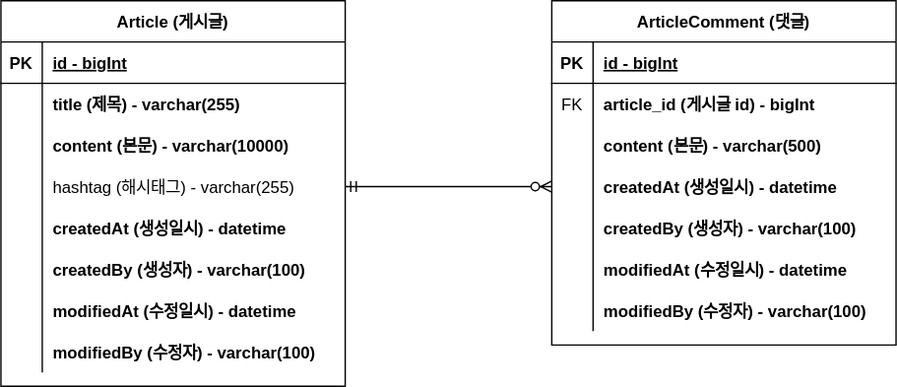
Above: document/project-board-erd.svg in Jaotk/campus-project-board (draw.io), before the change. Source tidied: cells renumbered, new cells last; positions are measured from the earlier drawing's top-left corner, leaving out a move shared by most shapes.
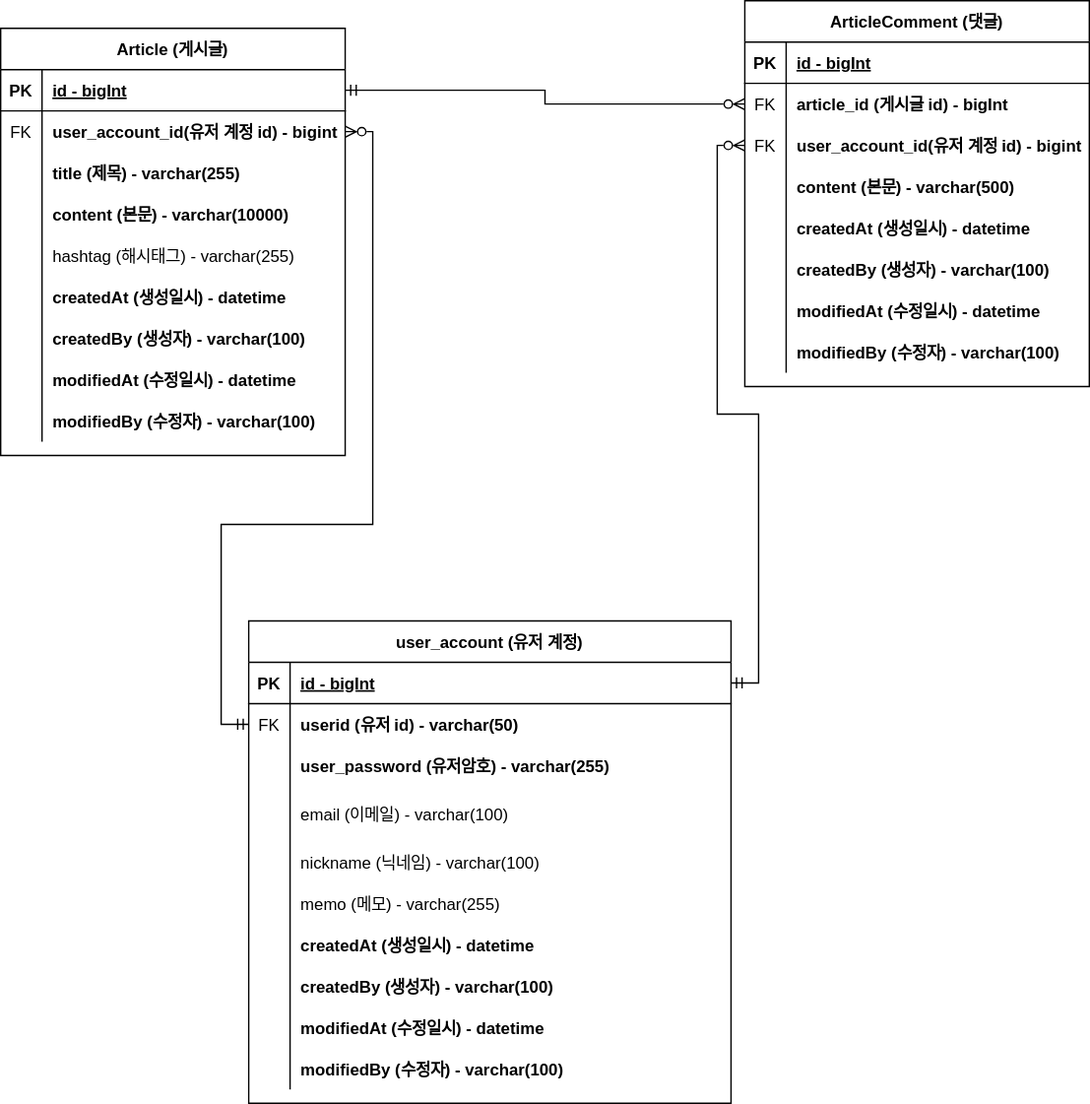
After the change.

Diff of the diagram source:
```diff
@@ -3,7 +3,7 @@
     <mxCell id="0" />
     <mxCell id="1" parent="0" />
     <mxCell id="2" value="Article (게시글)" style="shape=table;startSize=30;rowLines=0;fontStyle=1;align=center;" parent="1" vertex="1">
-      <mxGeometry width="250" height="280" as="geometry" />
+      <mxGeometry x="-60" y="-60" width="250" height="310" as="geometry" />
     </mxCell>
     <mxCell id="3" style="shape=partialRectangle;fillColor=none;points=[[0,0.5],[1,0.5]];portConstraint=eastwest;top=0;left=0;right=0;bottom=1;" parent="2" vertex="1">
       <mxGeometry y="30" width="250" height="30" as="geometry" />
@@ -17,14 +17,23 @@
     <mxCell id="6" style="shape=partialRectangle;fillColor=none;points=[[0,0.5],[1,0.5]];portConstraint=eastwest;top=0;left=0;right=0;bottom=0;" parent="2" vertex="1">
       <mxGeometry y="60" width="250" height="30" as="geometry" />
     </mxCell>
-    <mxCell id="7" style="shape=partialRectangle;overflow=hidden;fillColor=none;top=0;left=0;bottom=0;right=0;" parent="6" vertex="1">
+    <mxCell id="7" value="FK" style="shape=partialRectangle;overflow=hidden;fillColor=none;top=0;left=0;bottom=0;right=0;" parent="6" vertex="1">
       <mxGeometry width="30" height="30" as="geometry" />
     </mxCell>
-    <mxCell id="8" value="title (제목) - varchar(255)" style="shape=partialRectangle;overflow=hidden;fillColor=none;top=0;left=0;bottom=0;right=0;align=left;spacingLeft=6;fontStyle=1;" parent="6" vertex="1">
+    <mxCell id="8" value="user_account_id(유저 계정 id) - bigint" style="shape=partialRectangle;overflow=hidden;fillColor=none;top=0;left=0;bottom=0;right=0;align=left;spacingLeft=6;fontStyle=1;" parent="6" vertex="1">
       <mxGeometry x="30" width="220" height="30" as="geometry" />
     </mxCell>
+    <mxCell id="50" style="shape=partialRectangle;fillColor=none;top=0;left=0;right=0;bottom=0;" parent="2" vertex="1">
+      <mxGeometry y="90" width="250" height="30" as="geometry" />
+    </mxCell>
+    <mxCell id="51" style="shape=partialRectangle;overflow=hidden;fillColor=none;top=0;left=0;bottom=0;right=0;" parent="50" vertex="1">
+      <mxGeometry width="30" height="30" as="geometry" />
+    </mxCell>
+    <mxCell id="52" value="title (제목) - varchar(255)" style="shape=partialRectangle;overflow=hidden;fillColor=none;top=0;left=0;bottom=0;right=0;align=left;spacingLeft=6;fontStyle=1;" parent="50" vertex="1">
+      <mxGeometry x="30" width="220" height="30" as="geometry" />
+    </mxCell>
     <mxCell id="9" style="shape=partialRectangle;fillColor=none;top=0;left=0;right=0;bottom=0;" parent="2" vertex="1">
-      <mxGeometry y="90" width="250" height="30" as="geometry" />
+      <mxGeometry y="120" width="250" height="30" as="geometry" />
     </mxCell>
     <mxCell id="10" style="shape=partialRectangle;overflow=hidden;fillColor=none;top=0;left=0;bottom=0;right=0;" parent="9" vertex="1">
       <mxGeometry width="30" height="30" as="geometry" />
@@ -33,7 +42,7 @@
       <mxGeometry x="30" width="220" height="30" as="geometry" />
     </mxCell>
     <mxCell id="12" style="shape=partialRectangle;fillColor=none;points=[[0,0.5],[1,0.5]];portConstraint=eastwest;top=0;left=0;right=0;bottom=0;" parent="2" vertex="1">
-      <mxGeometry y="120" width="250" height="30" as="geometry" />
+      <mxGeometry y="150" width="250" height="30" as="geometry" />
     </mxCell>
     <mxCell id="13" style="shape=partialRectangle;overflow=hidden;fillColor=none;top=0;left=0;bottom=0;right=0;" parent="12" vertex="1">
       <mxGeometry width="30" height="30" as="geometry" />
@@ -42,7 +51,7 @@
       <mxGeometry x="30" width="220" height="30" as="geometry" />
     </mxCell>
     <mxCell id="15" style="shape=partialRectangle;fillColor=none;top=0;left=0;right=0;bottom=0;" parent="2" vertex="1">
-      <mxGeometry y="150" width="250" height="30" as="geometry" />
+      <mxGeometry y="180" width="250" height="30" as="geometry" />
     </mxCell>
     <mxCell id="16" style="shape=partialRectangle;overflow=hidden;fillColor=none;top=0;left=0;bottom=0;right=0;" parent="15" vertex="1">
       <mxGeometry width="30" height="30" as="geometry" />
@@ -51,7 +60,7 @@
       <mxGeometry x="30" width="220" height="30" as="geometry" />
     </mxCell>
     <mxCell id="18" style="shape=partialRectangle;fillColor=none;top=0;left=0;right=0;bottom=0;" parent="2" vertex="1">
-      <mxGeometry y="180" width="250" height="30" as="geometry" />
+      <mxGeometry y="210" width="250" height="30" as="geometry" />
     </mxCell>
     <mxCell id="19" style="shape=partialRectangle;overflow=hidden;fillColor=none;top=0;left=0;bottom=0;right=0;" parent="18" vertex="1">
       <mxGeometry width="30" height="30" as="geometry" />
@@ -60,7 +69,7 @@
       <mxGeometry x="30" width="220" height="30" as="geometry" />
     </mxCell>
     <mxCell id="21" style="shape=partialRectangle;fillColor=none;top=0;left=0;right=0;bottom=0;" parent="2" vertex="1">
-      <mxGeometry y="210" width="250" height="30" as="geometry" />
+      <mxGeometry y="240" width="250" height="30" as="geometry" />
     </mxCell>
     <mxCell id="22" style="shape=partialRectangle;overflow=hidden;fillColor=none;top=0;left=0;bottom=0;right=0;" parent="21" vertex="1">
       <mxGeometry width="30" height="30" as="geometry" />
@@ -69,7 +78,7 @@
       <mxGeometry x="30" width="220" height="30" as="geometry" />
     </mxCell>
     <mxCell id="24" style="shape=partialRectangle;fillColor=none;top=0;left=0;right=0;bottom=0;" parent="2" vertex="1">
-      <mxGeometry y="240" width="250" height="30" as="geometry" />
+      <mxGeometry y="270" width="250" height="30" as="geometry" />
     </mxCell>
     <mxCell id="25" style="shape=partialRectangle;overflow=hidden;fillColor=none;top=0;left=0;bottom=0;right=0;" parent="24" vertex="1">
       <mxGeometry width="30" height="30" as="geometry" />
@@ -77,8 +86,101 @@
     <mxCell id="26" value="modifiedBy (수정자) - varchar(100)" style="shape=partialRectangle;overflow=hidden;fillColor=none;top=0;left=0;bottom=0;right=0;align=left;spacingLeft=6;fontStyle=1;" parent="24" vertex="1">
       <mxGeometry x="30" width="220" height="30" as="geometry" />
     </mxCell>
+    <mxCell id="53" value="user_account (유저 계정)" style="shape=table;startSize=30;rowLines=0;fontStyle=1;align=center;" parent="1" vertex="1">
+      <mxGeometry x="120" y="370" width="350" height="350" as="geometry" />
+    </mxCell>
+    <mxCell id="54" style="shape=partialRectangle;fillColor=none;points=[[0,0.5],[1,0.5]];portConstraint=eastwest;top=0;left=0;right=0;bottom=1;" parent="53" vertex="1">
+      <mxGeometry y="30" width="350" height="30" as="geometry" />
+    </mxCell>
+    <mxCell id="55" value="PK" style="shape=partialRectangle;overflow=hidden;fillColor=none;top=0;left=0;bottom=0;right=0;fontStyle=1;" parent="54" vertex="1">
+      <mxGeometry width="30" height="30" as="geometry" />
+    </mxCell>
+    <mxCell id="56" value="id - bigInt" style="shape=partialRectangle;overflow=hidden;fillColor=none;top=0;left=0;bottom=0;right=0;align=left;spacingLeft=6;fontStyle=5;" parent="54" vertex="1">
+      <mxGeometry x="30" width="320" height="30" as="geometry" />
+    </mxCell>
+    <mxCell id="57" style="shape=partialRectangle;fillColor=none;points=[[0,0.5],[1,0.5]];portConstraint=eastwest;top=0;left=0;right=0;bottom=0;" parent="53" vertex="1">
+      <mxGeometry y="60" width="350" height="30" as="geometry" />
+    </mxCell>
+    <mxCell id="58" value="FK" style="shape=partialRectangle;overflow=hidden;fillColor=none;top=0;left=0;bottom=0;right=0;" parent="57" vertex="1">
+      <mxGeometry width="30" height="30" as="geometry" />
+    </mxCell>
+    <mxCell id="59" value="userid (유저 id) - varchar(50)" style="shape=partialRectangle;overflow=hidden;fillColor=none;top=0;left=0;bottom=0;right=0;align=left;spacingLeft=6;fontStyle=1;" parent="57" vertex="1">
+      <mxGeometry x="30" width="320" height="30" as="geometry" />
+    </mxCell>
+    <mxCell id="60" style="shape=partialRectangle;fillColor=none;top=0;left=0;right=0;bottom=0;" parent="53" vertex="1">
+      <mxGeometry y="90" width="350" height="30" as="geometry" />
+    </mxCell>
+    <mxCell id="61" style="shape=partialRectangle;overflow=hidden;fillColor=none;top=0;left=0;bottom=0;right=0;" parent="60" vertex="1">
+      <mxGeometry width="30" height="30" as="geometry" />
+    </mxCell>
+    <mxCell id="62" value="user_password (유저암호) - varchar(255)" style="shape=partialRectangle;overflow=hidden;fillColor=none;top=0;left=0;bottom=0;right=0;align=left;spacingLeft=6;fontStyle=1;" parent="60" vertex="1">
+      <mxGeometry x="30" width="320" height="30" as="geometry" />
+    </mxCell>
+    <mxCell id="63" style="shape=partialRectangle;fillColor=none;top=0;left=0;right=0;bottom=0;" parent="53" vertex="1">
+      <mxGeometry y="120" width="350" height="40" as="geometry" />
+    </mxCell>
+    <mxCell id="64" style="shape=partialRectangle;overflow=hidden;fillColor=none;top=0;left=0;bottom=0;right=0;" parent="63" vertex="1">
+      <mxGeometry width="30" height="40" as="geometry" />
+    </mxCell>
+    <mxCell id="65" value="email (이메일) - varchar(100)" style="shape=partialRectangle;overflow=hidden;fillColor=none;top=0;left=0;bottom=0;right=0;align=left;spacingLeft=6;fontStyle=0;" parent="63" vertex="1">
+      <mxGeometry x="30" width="320" height="40" as="geometry" />
+    </mxCell>
+    <mxCell id="66" style="shape=partialRectangle;fillColor=none;top=0;left=0;right=0;bottom=0;" parent="53" vertex="1">
+      <mxGeometry y="160" width="350" height="30" as="geometry" />
+    </mxCell>
+    <mxCell id="67" style="shape=partialRectangle;overflow=hidden;fillColor=none;top=0;left=0;bottom=0;right=0;" parent="66" vertex="1">
+      <mxGeometry width="30" height="30" as="geometry" />
+    </mxCell>
+    <mxCell id="68" value="nickname (닉네임) - varchar(100)" style="shape=partialRectangle;overflow=hidden;fillColor=none;top=0;left=0;bottom=0;right=0;align=left;spacingLeft=6;fontStyle=0;" parent="66" vertex="1">
+      <mxGeometry x="30" width="320" height="30" as="geometry" />
+    </mxCell>
+    <mxCell id="69" style="shape=partialRectangle;fillColor=none;top=0;left=0;right=0;bottom=0;" parent="53" vertex="1">
+      <mxGeometry y="190" width="350" height="30" as="geometry" />
+    </mxCell>
+    <mxCell id="70" style="shape=partialRectangle;overflow=hidden;fillColor=none;top=0;left=0;bottom=0;right=0;" parent="69" vertex="1">
+      <mxGeometry width="30" height="30" as="geometry" />
+    </mxCell>
+    <mxCell id="71" value="memo (메모) - varchar(255) " style="shape=partialRectangle;overflow=hidden;fillColor=none;top=0;left=0;bottom=0;right=0;align=left;spacingLeft=6;fontStyle=0;" parent="69" vertex="1">
+      <mxGeometry x="30" width="320" height="30" as="geometry" />
+    </mxCell>
+    <mxCell id="72" style="shape=partialRectangle;fillColor=none;top=0;left=0;right=0;bottom=0;" parent="53" vertex="1">
+      <mxGeometry y="220" width="350" height="30" as="geometry" />
+    </mxCell>
+    <mxCell id="73" style="shape=partialRectangle;overflow=hidden;fillColor=none;top=0;left=0;bottom=0;right=0;" parent="72" vertex="1">
+      <mxGeometry width="30" height="30" as="geometry" />
+    </mxCell>
+    <mxCell id="74" value="createdAt (생성일시) - datetime" style="shape=partialRectangle;overflow=hidden;fillColor=none;top=0;left=0;bottom=0;right=0;align=left;spacingLeft=6;fontStyle=1;" parent="72" vertex="1">
+      <mxGeometry x="30" width="320" height="30" as="geometry" />
+    </mxCell>
+    <mxCell id="75" style="shape=partialRectangle;fillColor=none;top=0;left=0;right=0;bottom=0;" parent="53" vertex="1">
+      <mxGeometry y="250" width="350" height="30" as="geometry" />
+    </mxCell>
+    <mxCell id="76" style="shape=partialRectangle;overflow=hidden;fillColor=none;top=0;left=0;bottom=0;right=0;" parent="75" vertex="1">
+      <mxGeometry width="30" height="30" as="geometry" />
+    </mxCell>
+    <mxCell id="77" value="createdBy (생성자) - varchar(100)" style="shape=partialRectangle;overflow=hidden;fillColor=none;top=0;left=0;bottom=0;right=0;align=left;spacingLeft=6;fontStyle=1;" parent="75" vertex="1">
+      <mxGeometry x="30" width="320" height="30" as="geometry" />
+    </mxCell>
+    <mxCell id="78" style="shape=partialRectangle;fillColor=none;top=0;left=0;right=0;bottom=0;" parent="53" vertex="1">
+      <mxGeometry y="280" width="350" height="30" as="geometry" />
+    </mxCell>
+    <mxCell id="79" style="shape=partialRectangle;overflow=hidden;fillColor=none;top=0;left=0;bottom=0;right=0;" parent="78" vertex="1">
+      <mxGeometry width="30" height="30" as="geometry" />
+    </mxCell>
+    <mxCell id="80" value="modifiedAt (수정일시) - datetime" style="shape=partialRectangle;overflow=hidden;fillColor=none;top=0;left=0;bottom=0;right=0;align=left;spacingLeft=6;fontStyle=1;" parent="78" vertex="1">
+      <mxGeometry x="30" width="320" height="30" as="geometry" />
+    </mxCell>
+    <mxCell id="81" style="shape=partialRectangle;fillColor=none;top=0;left=0;right=0;bottom=0;" parent="53" vertex="1">
+      <mxGeometry y="310" width="350" height="30" as="geometry" />
+    </mxCell>
+    <mxCell id="82" style="shape=partialRectangle;overflow=hidden;fillColor=none;top=0;left=0;bottom=0;right=0;" parent="81" vertex="1">
+      <mxGeometry width="30" height="30" as="geometry" />
+    </mxCell>
+    <mxCell id="83" value="modifiedBy (수정자) - varchar(100)" style="shape=partialRectangle;overflow=hidden;fillColor=none;top=0;left=0;bottom=0;right=0;align=left;spacingLeft=6;fontStyle=1;" parent="81" vertex="1">
+      <mxGeometry x="30" width="320" height="30" as="geometry" />
+    </mxCell>
     <mxCell id="27" value="ArticleComment (댓글)" style="shape=table;startSize=30;rowLines=0;fontStyle=1;align=center;" parent="1" vertex="1">
-      <mxGeometry x="400" width="250" height="250" as="geometry" />
+      <mxGeometry x="480" y="-80" width="250" height="280" as="geometry" />
     </mxCell>
     <mxCell id="28" style="shape=partialRectangle;fillColor=none;top=0;left=0;right=0;bottom=1;" parent="27" vertex="1">
       <mxGeometry y="30" width="250" height="30" as="geometry" />
@@ -98,8 +200,17 @@
     <mxCell id="33" value="article_id (게시글 id) - bigInt" style="shape=partialRectangle;overflow=hidden;fillColor=none;top=0;left=0;bottom=0;right=0;align=left;spacingLeft=6;fontStyle=1;" parent="31" vertex="1">
       <mxGeometry x="30" width="220" height="30" as="geometry" />
     </mxCell>
+    <mxCell id="84" style="shape=partialRectangle;fillColor=none;points=[[0,0.5],[1,0.5]];portConstraint=eastwest;top=0;left=0;right=0;bottom=0;" parent="27" vertex="1">
+      <mxGeometry y="90" width="250" height="30" as="geometry" />
+    </mxCell>
+    <mxCell id="85" value="FK" style="shape=partialRectangle;overflow=hidden;fillColor=none;top=0;left=0;bottom=0;right=0;" parent="84" vertex="1">
+      <mxGeometry width="30" height="30" as="geometry" />
+    </mxCell>
+    <mxCell id="86" value="user_account_id(유저 계정 id) - bigint" style="shape=partialRectangle;overflow=hidden;fillColor=none;top=0;left=0;bottom=0;right=0;align=left;spacingLeft=6;fontStyle=1;" parent="84" vertex="1">
+      <mxGeometry x="30" width="220" height="30" as="geometry" />
+    </mxCell>
     <mxCell id="34" style="shape=partialRectangle;fillColor=none;top=0;left=0;right=0;bottom=0;" parent="27" vertex="1">
-      <mxGeometry y="90" width="250" height="30" as="geometry" />
+      <mxGeometry y="120" width="250" height="30" as="geometry" />
     </mxCell>
     <mxCell id="35" style="shape=partialRectangle;overflow=hidden;fillColor=none;top=0;left=0;bottom=0;right=0;" parent="34" vertex="1">
       <mxGeometry width="30" height="30" as="geometry" />
@@ -108,7 +219,7 @@
       <mxGeometry x="30" width="220" height="30" as="geometry" />
     </mxCell>
     <mxCell id="37" style="shape=partialRectangle;fillColor=none;points=[[0,0.5],[1,0.5]];portConstraint=eastwest;top=0;left=0;right=0;bottom=0;" parent="27" vertex="1">
-      <mxGeometry y="120" width="250" height="30" as="geometry" />
+      <mxGeometry y="150" width="250" height="30" as="geometry" />
     </mxCell>
     <mxCell id="38" style="shape=partialRectangle;overflow=hidden;fillColor=none;top=0;left=0;bottom=0;right=0;" parent="37" vertex="1">
       <mxGeometry width="30" height="30" as="geometry" />
@@ -117,7 +228,7 @@
       <mxGeometry x="30" width="220" height="30" as="geometry" />
     </mxCell>
     <mxCell id="40" style="shape=partialRectangle;fillColor=none;top=0;left=0;right=0;bottom=0;" parent="27" vertex="1">
-      <mxGeometry y="150" width="250" height="30" as="geometry" />
+      <mxGeometry y="180" width="250" height="30" as="geometry" />
     </mxCell>
     <mxCell id="41" style="shape=partialRectangle;overflow=hidden;fillColor=none;top=0;left=0;bottom=0;right=0;" parent="40" vertex="1">
       <mxGeometry width="30" height="30" as="geometry" />
@@ -126,7 +237,7 @@
       <mxGeometry x="30" width="220" height="30" as="geometry" />
     </mxCell>
     <mxCell id="43" style="shape=partialRectangle;fillColor=none;top=0;left=0;right=0;bottom=0;" parent="27" vertex="1">
-      <mxGeometry y="180" width="250" height="30" as="geometry" />
+      <mxGeometry y="210" width="250" height="30" as="geometry" />
     </mxCell>
     <mxCell id="44" style="shape=partialRectangle;overflow=hidden;fillColor=none;top=0;left=0;bottom=0;right=0;" parent="43" vertex="1">
       <mxGeometry width="30" height="30" as="geometry" />
@@ -135,7 +246,7 @@
       <mxGeometry x="30" width="220" height="30" as="geometry" />
     </mxCell>
     <mxCell id="46" style="shape=partialRectangle;fillColor=none;top=0;left=0;right=0;bottom=0;" parent="27" vertex="1">
-      <mxGeometry y="210" width="250" height="30" as="geometry" />
+      <mxGeometry y="240" width="250" height="30" as="geometry" />
     </mxCell>
     <mxCell id="47" style="shape=partialRectangle;overflow=hidden;fillColor=none;top=0;left=0;bottom=0;right=0;" parent="46" vertex="1">
       <mxGeometry width="30" height="30" as="geometry" />
@@ -143,8 +254,26 @@
     <mxCell id="48" value="modifiedBy (수정자) - varchar(100)" style="shape=partialRectangle;overflow=hidden;fillColor=none;top=0;left=0;bottom=0;right=0;align=left;spacingLeft=6;fontStyle=1;" parent="46" vertex="1">
       <mxGeometry x="30" width="220" height="30" as="geometry" />
     </mxCell>
-    <mxCell id="49" style="edgeStyle=entityRelationEdgeStyle;fontSize=12;html=1;endArrow=ERzeroToMany;startArrow=ERmandOne;rounded=0;exitX=1;exitY=0.5;exitDx=0;exitDy=0;entryX=0;entryY=0.5;entryDx=0;entryDy=0;" parent="1" edge="1" source="12" target="37">
-      <mxGeometry relative="1" as="geometry" />
-    </mxCell>
+    <mxCell id="87" style="edgeStyle=orthogonalEdgeStyle;rounded=0;jettySize=auto;html=1;exitX=1;exitY=0.5;exitDx=0;exitDy=0;entryX=0;entryY=0.5;entryDx=0;entryDy=0;startArrow=ERzeroToMany;startFill=0;endArrow=ERmandOne;endFill=0;" parent="1" edge="1" source="6" target="57">
+      <mxGeometry relative="1" as="geometry">
+        <Array as="points">
+          <mxPoint x="210" y="15" />
+          <mxPoint x="210" y="300" />
+          <mxPoint x="100" y="300" />
+          <mxPoint x="100" y="445" />
+        </Array>
+      </mxGeometry>
+    </mxCell>
+    <mxCell id="88" style="edgeStyle=orthogonalEdgeStyle;rounded=0;jettySize=auto;html=1;exitX=0;exitY=0.5;exitDx=0;exitDy=0;entryX=1;entryY=0.5;entryDx=0;entryDy=0;startArrow=ERzeroToMany;startFill=0;endArrow=ERmandOne;endFill=0;" parent="1" edge="1" source="31" target="3">
+      <mxGeometry relative="1" as="geometry">
+        <Array as="points">
+          <mxPoint x="335" y="-5" />
+          <mxPoint x="335" y="-15" />
+        </Array>
+      </mxGeometry>
+    </mxCell>
+    <mxCell id="89" style="edgeStyle=orthogonalEdgeStyle;rounded=0;jettySize=auto;html=1;exitX=0;exitY=0.5;exitDx=0;exitDy=0;entryX=1;entryY=0.5;entryDx=0;entryDy=0;startArrow=ERzeroToMany;startFill=0;endArrow=ERmandOne;endFill=0;" parent="1" edge="1" source="84" target="54">
+      <mxGeometry relative="1" as="geometry" />
+    </mxCell>
   </root>
 </mxGraphModel>
```
